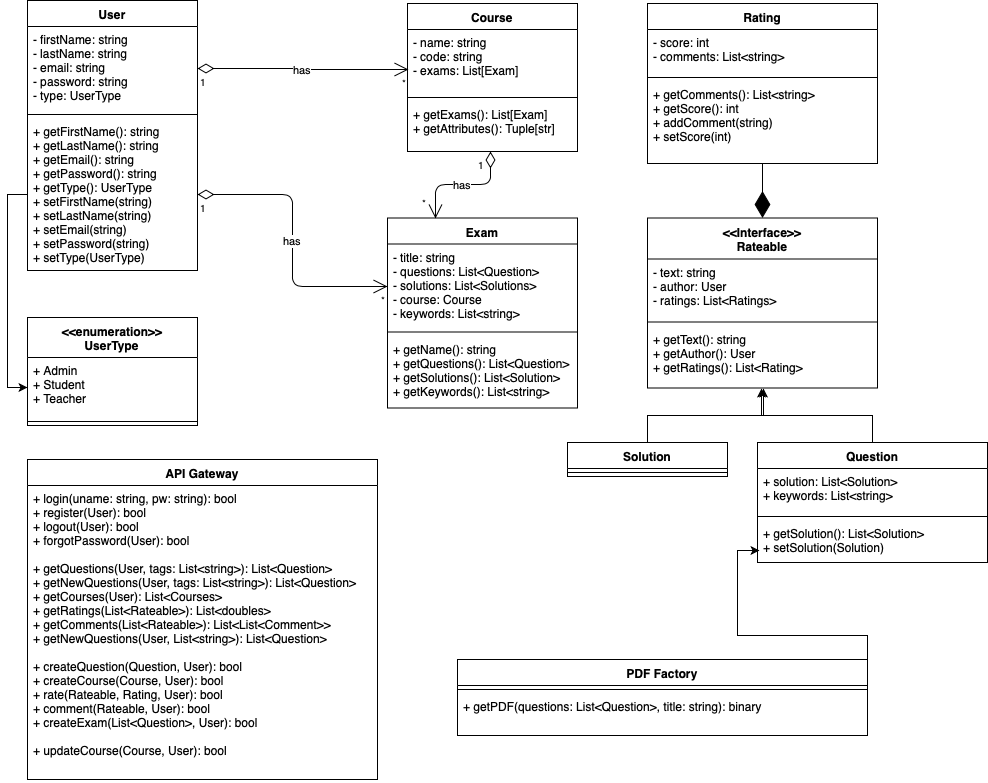
Above: docs/diagrams/easy-exam-class-diagram.png in utec-cs2901-2019-2/easy-exam-grupo-iii (draw.io), before the change. Source tidied: cells renumbered, new cells last; positions are measured from the earlier drawing's top-left corner, leaving out a move shared by most shapes.
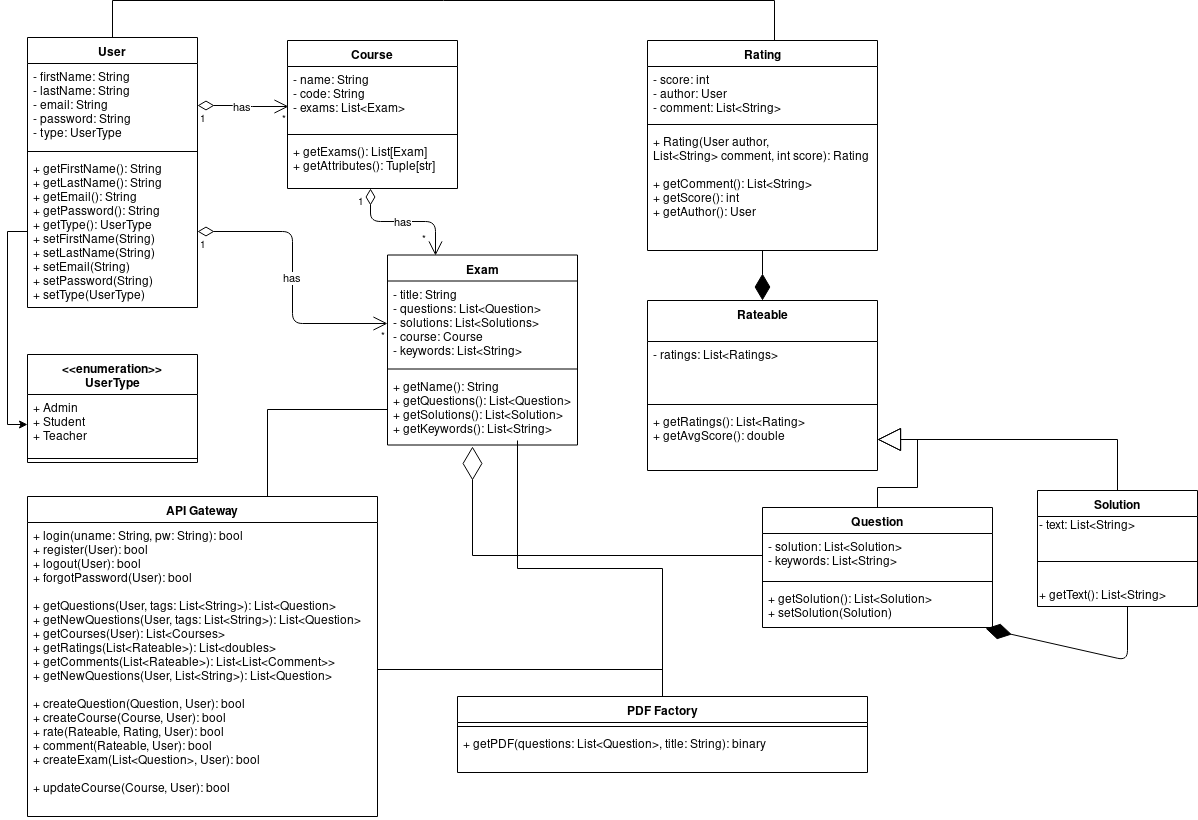
Above is the later version.

The edit, as a diff of the source:
```diff
@@ -3,9 +3,9 @@
     <mxCell id="0" />
     <mxCell id="1" parent="0" />
     <mxCell id="2" value="Course" style="swimlane;fontStyle=1;align=center;verticalAlign=top;horizontal=1;startSize=26;" parent="1" vertex="1">
-      <mxGeometry x="380" y="3" width="170" height="148" as="geometry" />
+      <mxGeometry x="260" y="3" width="170" height="148" as="geometry" />
     </mxCell>
-    <mxCell id="3" value="- name: string&#10;- code: string&#10;- exams: List[Exam]" style="text;strokeColor=none;fillColor=none;align=left;verticalAlign=top;spacingLeft=4;spacingRight=4;overflow=hidden;points=[[0,0.5],[1,0.5]];portConstraint=eastwest;" parent="2" vertex="1">
+    <mxCell id="3" value="- name: String&#10;- code: String&#10;- exams: List&lt;Exam&gt;" style="text;strokeColor=none;fillColor=none;align=left;verticalAlign=top;spacingLeft=4;spacingRight=4;overflow=hidden;points=[[0,0.5],[1,0.5]];portConstraint=eastwest;" parent="2" vertex="1">
       <mxGeometry y="26" width="170" height="64" as="geometry" />
     </mxCell>
     <mxCell id="4" style="line;strokeWidth=1;fillColor=none;align=left;verticalAlign=middle;spacingTop=-1;spacingLeft=3;spacingRight=3;labelPosition=right;" parent="2" vertex="1">
@@ -17,22 +17,22 @@
     <mxCell id="6" value="Exam" style="swimlane;fontStyle=1;align=center;verticalAlign=top;horizontal=1;startSize=26;" parent="1" vertex="1">
       <mxGeometry x="360" y="217.5" width="190" height="190" as="geometry" />
     </mxCell>
-    <mxCell id="7" value="- title: string&#10;- questions: List&lt;Question&gt;&#10;- solutions: List&lt;Solutions&gt;&#10;- course: Course&#10;- keywords: List&lt;string&gt;&#10;" style="text;strokeColor=none;fillColor=none;align=left;verticalAlign=top;spacingLeft=4;spacingRight=4;overflow=hidden;points=[[0,0.5],[1,0.5]];portConstraint=eastwest;" parent="6" vertex="1">
+    <mxCell id="7" value="- title: String&#10;- questions: List&lt;Question&gt;&#10;- solutions: List&lt;Solutions&gt;&#10;- course: Course&#10;- keywords: List&lt;String&gt;&#10;" style="text;strokeColor=none;fillColor=none;align=left;verticalAlign=top;spacingLeft=4;spacingRight=4;overflow=hidden;points=[[0,0.5],[1,0.5]];portConstraint=eastwest;" parent="6" vertex="1">
       <mxGeometry y="26" width="190" height="84" as="geometry" />
     </mxCell>
     <mxCell id="8" style="line;strokeWidth=1;fillColor=none;align=left;verticalAlign=middle;spacingTop=-1;spacingLeft=3;spacingRight=3;labelPosition=right;" parent="6" vertex="1">
       <mxGeometry y="110" width="190" height="8" as="geometry" />
     </mxCell>
-    <mxCell id="9" value="+ getName(): string&#10;+ getQuestions(): List&lt;Question&gt;&#10;+ getSolutions(): List&lt;Solution&gt;&#10;+ getKeywords(): List&lt;string&gt;" style="text;strokeColor=none;fillColor=none;align=left;verticalAlign=top;spacingLeft=4;spacingRight=4;overflow=hidden;points=[[0,0.5],[1,0.5]];portConstraint=eastwest;" parent="6" vertex="1">
+    <mxCell id="9" value="+ getName(): String&#10;+ getQuestions(): List&lt;Question&gt;&#10;+ getSolutions(): List&lt;Solution&gt;&#10;+ getKeywords(): List&lt;String&gt;" style="text;strokeColor=none;fillColor=none;align=left;verticalAlign=top;spacingLeft=4;spacingRight=4;overflow=hidden;points=[[0,0.5],[1,0.5]];portConstraint=eastwest;" parent="6" vertex="1">
       <mxGeometry y="118" width="190" height="72" as="geometry" />
     </mxCell>
-    <mxCell id="10" style="edgeStyle=orthogonalEdgeStyle;rounded=0;jettySize=auto;html=1;exitX=0.5;exitY=0;exitDx=0;exitDy=0;entryX=0.496;entryY=1.008;entryDx=0;entryDy=0;entryPerimeter=0;" parent="1" edge="1" source="11" target="31">
+    <mxCell id="10" style="edgeStyle=orthogonalEdgeStyle;rounded=0;jettySize=auto;html=1;entryX=1;entryY=0.5;entryDx=0;entryDy=0;endArrow=block;endFill=0;exitX=0.5;exitY=0;exitDx=0;exitDy=0;endSize=21;" parent="1" edge="1" source="11" target="31">
       <mxGeometry relative="1" as="geometry" />
     </mxCell>
     <mxCell id="11" value="Question" style="swimlane;fontStyle=1;align=center;verticalAlign=top;horizontal=1;startSize=26;" parent="1" vertex="1">
-      <mxGeometry x="730" y="442" width="230" height="120" as="geometry" />
+      <mxGeometry x="735" y="470" width="230" height="120" as="geometry" />
     </mxCell>
-    <mxCell id="12" value="+ solution: List&lt;Solution&gt;&#10;+ keywords: List&lt;string&gt;" style="text;strokeColor=none;fillColor=none;align=left;verticalAlign=top;spacingLeft=4;spacingRight=4;overflow=hidden;points=[[0,0.5],[1,0.5]];portConstraint=eastwest;" parent="11" vertex="1">
+    <mxCell id="12" value="- solution: List&lt;Solution&gt;&#10;- keywords: List&lt;String&gt;" style="text;strokeColor=none;fillColor=none;align=left;verticalAlign=top;spacingLeft=4;spacingRight=4;overflow=hidden;points=[[0,0.5],[1,0.5]];portConstraint=eastwest;" parent="11" vertex="1">
       <mxGeometry y="26" width="230" height="44" as="geometry" />
     </mxCell>
     <mxCell id="13" style="line;strokeWidth=1;fillColor=none;align=left;verticalAlign=middle;spacingTop=-1;spacingLeft=3;spacingRight=3;labelPosition=right;" parent="11" vertex="1">
@@ -41,57 +41,73 @@
     <mxCell id="14" value="+ getSolution(): List&lt;Solution&gt;&#10;+ setSolution(Solution)" style="text;strokeColor=none;fillColor=none;align=left;verticalAlign=top;spacingLeft=4;spacingRight=4;overflow=hidden;points=[[0,0.5],[1,0.5]];portConstraint=eastwest;" parent="11" vertex="1">
       <mxGeometry y="78" width="230" height="42" as="geometry" />
     </mxCell>
+    <mxCell id="50" style="edgeStyle=orthogonalEdgeStyle;rounded=0;jettySize=auto;html=1;entryX=0;entryY=0.5;entryDx=0;entryDy=0;startSize=28;endArrow=none;endFill=0;endSize=21;strokeWidth=1;" parent="1" edge="1" source="15" target="9">
+      <mxGeometry relative="1" as="geometry">
+        <Array as="points">
+          <mxPoint x="240" y="372" />
+        </Array>
+      </mxGeometry>
+    </mxCell>
     <mxCell id="15" value="API Gateway" style="swimlane;fontStyle=1;align=center;verticalAlign=top;horizontal=1;startSize=26;" parent="1" vertex="1">
       <mxGeometry y="459" width="350" height="320" as="geometry" />
     </mxCell>
-    <mxCell id="16" value="+ login(uname: string, pw: string): bool&#10;+ register(User): bool&#10;+ logout(User): bool&#10;+ forgotPassword(User): bool &#10;&#10;+ getQuestions(User, tags: List&lt;string&gt;): List&lt;Question&gt;&#10;+ getNewQuestions(User, tags: List&lt;string&gt;): List&lt;Question&gt;&#10;+ getCourses(User): List&lt;Courses&gt;&#10;+ getRatings(List&lt;Rateable&gt;): List&lt;doubles&gt;&#10;+ getComments(List&lt;Rateable&gt;): List&lt;List&lt;Comment&gt;&gt;&#10;+ getNewQuestions(User, List&lt;string&gt;): List&lt;Question&gt;&#10;&#10;+ createQuestion(Question, User): bool&#10;+ createCourse(Course, User): bool&#10;+ rate(Rateable, Rating, User): bool&#10;+ comment(Rateable, User): bool&#10;+ createExam(List&lt;Question&gt;, User): bool&#10;&#10;+ updateCourse(Course, User): bool" style="text;strokeColor=none;fillColor=none;align=left;verticalAlign=top;spacingLeft=4;spacingRight=4;overflow=hidden;points=[[0,0.5],[1,0.5]];portConstraint=eastwest;" parent="15" vertex="1">
+    <mxCell id="16" value="+ login(uname: String, pw: String): bool&#10;+ register(User): bool&#10;+ logout(User): bool&#10;+ forgotPassword(User): bool &#10;&#10;+ getQuestions(User, tags: List&lt;String&gt;): List&lt;Question&gt;&#10;+ getNewQuestions(User, tags: List&lt;String&gt;): List&lt;Question&gt;&#10;+ getCourses(User): List&lt;Courses&gt;&#10;+ getRatings(List&lt;Rateable&gt;): List&lt;doubles&gt;&#10;+ getComments(List&lt;Rateable&gt;): List&lt;List&lt;Comment&gt;&gt;&#10;+ getNewQuestions(User, List&lt;String&gt;): List&lt;Question&gt;&#10;&#10;+ createQuestion(Question, User): bool&#10;+ createCourse(Course, User): bool&#10;+ rate(Rateable, Rating, User): bool&#10;+ comment(Rateable, User): bool&#10;+ createExam(List&lt;Question&gt;, User): bool&#10;&#10;+ updateCourse(Course, User): bool" style="text;strokeColor=none;fillColor=none;align=left;verticalAlign=top;spacingLeft=4;spacingRight=4;overflow=hidden;points=[[0,0.5],[1,0.5]];portConstraint=eastwest;" parent="15" vertex="1">
       <mxGeometry y="26" width="350" height="294" as="geometry" />
     </mxCell>
+    <mxCell id="51" style="edgeStyle=orthogonalEdgeStyle;rounded=0;jettySize=auto;html=1;entryX=0.552;entryY=0;entryDx=0;entryDy=0;entryPerimeter=0;startSize=28;endArrow=none;endFill=0;endSize=21;strokeWidth=1;" parent="1" edge="1" source="17" target="24">
+      <mxGeometry relative="1" as="geometry">
+        <Array as="points">
+          <mxPoint x="85" y="-37" />
+          <mxPoint x="747" y="-37" />
+        </Array>
+      </mxGeometry>
+    </mxCell>
     <mxCell id="17" value="User" style="swimlane;fontStyle=1;align=center;verticalAlign=top;horizontal=1;startSize=26;" parent="1" vertex="1">
       <mxGeometry width="170" height="270" as="geometry" />
     </mxCell>
-    <mxCell id="18" value="- firstName: string&#10;- lastName: string&#10;- email: string&#10;- password: string&#10;- type: UserType" style="text;strokeColor=none;fillColor=none;align=left;verticalAlign=top;spacingLeft=4;spacingRight=4;overflow=hidden;points=[[0,0.5],[1,0.5]];portConstraint=eastwest;" parent="17" vertex="1">
+    <mxCell id="18" value="- firstName: String&#10;- lastName: String&#10;- email: String&#10;- password: String&#10;- type: UserType" style="text;strokeColor=none;fillColor=none;align=left;verticalAlign=top;spacingLeft=4;spacingRight=4;overflow=hidden;points=[[0,0.5],[1,0.5]];portConstraint=eastwest;" parent="17" vertex="1">
       <mxGeometry y="26" width="170" height="84" as="geometry" />
     </mxCell>
     <mxCell id="19" style="line;strokeWidth=1;fillColor=none;align=left;verticalAlign=middle;spacingTop=-1;spacingLeft=3;spacingRight=3;labelPosition=right;" parent="17" vertex="1">
       <mxGeometry y="110" width="170" height="8" as="geometry" />
     </mxCell>
-    <mxCell id="20" value="+ getFirstName(): string&#10;+ getLastName(): string&#10;+ getEmail(): string&#10;+ getPassword(): string &#10;+ getType(): UserType&#10;+ setFirstName(string)&#10;+ setLastName(string)&#10;+ setEmail(string)&#10;+ setPassword(string)&#10;+ setType(UserType)" style="text;strokeColor=none;fillColor=none;align=left;verticalAlign=top;spacingLeft=4;spacingRight=4;overflow=hidden;points=[[0,0.5],[1,0.5]];portConstraint=eastwest;" parent="17" vertex="1">
+    <mxCell id="20" value="+ getFirstName(): String&#10;+ getLastName(): String&#10;+ getEmail(): String&#10;+ getPassword(): String &#10;+ getType(): UserType&#10;+ setFirstName(String)&#10;+ setLastName(String)&#10;+ setEmail(String)&#10;+ setPassword(String)&#10;+ setType(UserType)" style="text;strokeColor=none;fillColor=none;align=left;verticalAlign=top;spacingLeft=4;spacingRight=4;overflow=hidden;points=[[0,0.5],[1,0.5]];portConstraint=eastwest;" parent="17" vertex="1">
       <mxGeometry y="118" width="170" height="152" as="geometry" />
     </mxCell>
-    <mxCell id="21" style="edgeStyle=orthogonalEdgeStyle;rounded=0;jettySize=auto;html=1;exitX=0.5;exitY=0;exitDx=0;exitDy=0;" parent="1" edge="1" source="22">
-      <mxGeometry relative="1" as="geometry">
-        <mxPoint x="736" y="388" as="targetPoint" />
-      </mxGeometry>
-    </mxCell>
     <mxCell id="22" value="Solution" style="swimlane;fontStyle=1;align=center;verticalAlign=top;horizontal=1;startSize=26;" parent="1" vertex="1">
-      <mxGeometry x="540" y="442" width="160" height="34" as="geometry" />
+      <mxGeometry x="1010" y="453" width="160" height="116" as="geometry" />
     </mxCell>
+    <mxCell id="52" value="- text: List&amp;lt;String&amp;gt;" style="text;html=1;align=left;verticalAlign=top;spacingTop=-4;" parent="22" vertex="1">
+      <mxGeometry y="26" width="160" height="20" as="geometry" />
+    </mxCell>
     <mxCell id="23" style="line;strokeWidth=1;fillColor=none;align=left;verticalAlign=middle;spacingTop=-1;spacingLeft=3;spacingRight=3;labelPosition=right;" parent="22" vertex="1">
-      <mxGeometry y="26" width="160" height="8" as="geometry" />
+      <mxGeometry y="46" width="160" height="50" as="geometry" />
     </mxCell>
+    <mxCell id="53" value="+ getText(): List&amp;lt;String&amp;gt;" style="text;html=1;align=left;verticalAlign=top;spacingTop=-4;" parent="22" vertex="1">
+      <mxGeometry y="96" width="160" height="20" as="geometry" />
+    </mxCell>
     <mxCell id="24" value="Rating" style="swimlane;fontStyle=1;align=center;verticalAlign=top;horizontal=1;startSize=26;" parent="1" vertex="1">
-      <mxGeometry x="620" y="3" width="230" height="160" as="geometry" />
+      <mxGeometry x="620" y="3" width="230" height="210" as="geometry" />
     </mxCell>
-    <mxCell id="25" value="- score: int&#10;- comments: List&lt;string&gt;" style="text;strokeColor=none;fillColor=none;align=left;verticalAlign=top;spacingLeft=4;spacingRight=4;overflow=hidden;" parent="24" vertex="1">
-      <mxGeometry y="26" width="230" height="44" as="geometry" />
+    <mxCell id="25" value="- score: int&#10;- author: User&#10;- comment: List&lt;String&gt;&#10;" style="text;strokeColor=none;fillColor=none;align=left;verticalAlign=top;spacingLeft=4;spacingRight=4;overflow=hidden;" parent="24" vertex="1">
+      <mxGeometry y="26" width="230" height="54" as="geometry" />
     </mxCell>
     <mxCell id="26" style="line;strokeWidth=1;fillColor=none;align=left;verticalAlign=middle;spacingTop=-1;spacingLeft=3;spacingRight=3;labelPosition=right;" parent="24" vertex="1">
-      <mxGeometry y="70" width="230" height="8" as="geometry" />
+      <mxGeometry y="80" width="230" height="8" as="geometry" />
     </mxCell>
-    <mxCell id="27" value="+ getComments(): List&lt;string&gt;&#10;+ getScore(): int&#10;+ addComment(string)&#10;+ setScore(int)" style="text;strokeColor=none;fillColor=none;align=left;verticalAlign=top;spacingLeft=4;spacingRight=4;overflow=hidden;points=[[0,0.5],[1,0.5]];portConstraint=eastwest;" parent="24" vertex="1">
-      <mxGeometry y="78" width="230" height="82" as="geometry" />
+    <mxCell id="27" value="+ Rating(User author, &#10;List&lt;String&gt; comment, int score): Rating&#10;&#10;+ getComment(): List&lt;String&gt;&#10;+ getScore(): int&#10;+ getAuthor(): User&#10;" style="text;strokeColor=none;fillColor=none;align=left;verticalAlign=top;spacingLeft=4;spacingRight=4;overflow=hidden;points=[[0,0.5],[1,0.5]];portConstraint=eastwest;" parent="24" vertex="1">
+      <mxGeometry y="88" width="230" height="122" as="geometry" />
     </mxCell>
-    <mxCell id="28" value="&lt;&lt;Interface&gt;&gt;&#10;Rateable" style="swimlane;fontStyle=1;align=center;verticalAlign=top;horizontal=1;startSize=41;" parent="1" vertex="1">
-      <mxGeometry x="620" y="217.5" width="230" height="170" as="geometry" />
+    <mxCell id="28" value="Rateable" style="swimlane;fontStyle=1;align=center;verticalAlign=top;horizontal=1;startSize=41;" parent="1" vertex="1">
+      <mxGeometry x="620" y="263" width="230" height="170" as="geometry" />
     </mxCell>
-    <mxCell id="29" value="- text: string&#10;- author: User&#10;- ratings: List&lt;Ratings&gt;&#10;" style="text;strokeColor=none;fillColor=none;align=left;verticalAlign=top;spacingLeft=4;spacingRight=4;overflow=hidden;" parent="28" vertex="1">
+    <mxCell id="29" value="- ratings: List&lt;Ratings&gt;&#10;" style="text;strokeColor=none;fillColor=none;align=left;verticalAlign=top;spacingLeft=4;spacingRight=4;overflow=hidden;" parent="28" vertex="1">
       <mxGeometry y="41" width="230" height="59" as="geometry" />
     </mxCell>
     <mxCell id="30" style="line;strokeWidth=1;fillColor=none;align=left;verticalAlign=middle;spacingTop=-1;spacingLeft=3;spacingRight=3;labelPosition=right;" parent="28" vertex="1">
       <mxGeometry y="100" width="230" height="8" as="geometry" />
     </mxCell>
-    <mxCell id="31" value="+ getText(): string&#10;+ getAuthor(): User&#10;+ getRatings(): List&lt;Rating&gt;" style="text;strokeColor=none;fillColor=none;align=left;verticalAlign=top;spacingLeft=4;spacingRight=4;overflow=hidden;points=[[0,0.5],[1,0.5]];portConstraint=eastwest;" parent="28" vertex="1">
+    <mxCell id="31" value="+ getRatings(): List&lt;Rating&gt;&#10;+ getAvgScore(): double&#10;" style="text;strokeColor=none;fillColor=none;align=left;verticalAlign=top;spacingLeft=4;spacingRight=4;overflow=hidden;points=[[0,0.5],[1,0.5]];portConstraint=eastwest;" parent="28" vertex="1">
       <mxGeometry y="108" width="230" height="62" as="geometry" />
     </mxCell>
     <mxCell id="32" value="&lt;&lt;enumeration&gt;&gt;&#10;UserType" style="swimlane;fontStyle=1;align=center;verticalAlign=top;horizontal=1;startSize=40;" parent="1" vertex="1">
@@ -103,13 +119,18 @@
     <mxCell id="34" style="line;strokeWidth=1;fillColor=none;align=left;verticalAlign=middle;spacingTop=-1;spacingLeft=3;spacingRight=3;labelPosition=right;" parent="32" vertex="1">
       <mxGeometry y="100" width="170" height="8" as="geometry" />
     </mxCell>
+    <mxCell id="54" style="edgeStyle=orthogonalEdgeStyle;rounded=0;jettySize=auto;html=1;startSize=28;endArrow=none;endFill=0;endSize=21;strokeWidth=1;" parent="1" edge="1" source="35">
+      <mxGeometry relative="1" as="geometry">
+        <mxPoint x="490" y="403" as="targetPoint" />
+      </mxGeometry>
+    </mxCell>
     <mxCell id="35" value="PDF Factory" style="swimlane;fontStyle=1;align=center;verticalAlign=top;horizontal=1;startSize=26;" parent="1" vertex="1">
       <mxGeometry x="430" y="659" width="410" height="76" as="geometry" />
     </mxCell>
     <mxCell id="36" style="line;strokeWidth=1;fillColor=none;align=left;verticalAlign=middle;spacingTop=-1;spacingLeft=3;spacingRight=3;labelPosition=right;" parent="35" vertex="1">
       <mxGeometry y="26" width="410" height="8" as="geometry" />
     </mxCell>
-    <mxCell id="37" value="+ getPDF(questions: List&lt;Question&gt;, title: string): binary" style="text;strokeColor=none;fillColor=none;align=left;verticalAlign=top;spacingLeft=4;spacingRight=4;overflow=hidden;" parent="35" vertex="1">
+    <mxCell id="37" value="+ getPDF(questions: List&lt;Question&gt;, title: String): binary" style="text;strokeColor=none;fillColor=none;align=left;verticalAlign=top;spacingLeft=4;spacingRight=4;overflow=hidden;" parent="35" vertex="1">
       <mxGeometry y="34" width="410" height="42" as="geometry" />
     </mxCell>
     <mxCell id="38" style="endArrow=diamondThin;endFill=1;endSize=24;html=1;entryX=0.5;entryY=0;entryDx=0;entryDy=0;" parent="1" edge="1" source="27" target="28">
@@ -149,10 +170,26 @@
         <mxPoint x="-7" y="-29" as="offset" />
       </mxGeometry>
     </mxCell>
-    <mxCell id="49" style="edgeStyle=orthogonalEdgeStyle;rounded=0;jettySize=auto;html=1;exitX=1;exitY=0.5;exitDx=0;exitDy=0;entryX=0.009;entryY=0.714;entryDx=0;entryDy=0;entryPerimeter=0;" parent="1" edge="1" target="14">
-      <mxGeometry relative="1" as="geometry">
-        <mxPoint x="840" y="707" as="sourcePoint" />
-      </mxGeometry>
-    </mxCell>
+    <mxCell id="55" style="edgeStyle=orthogonalEdgeStyle;rounded=0;jettySize=auto;html=1;endArrow=block;endFill=0;entryX=1;entryY=0.5;entryDx=0;entryDy=0;exitX=0.5;exitY=0;exitDx=0;exitDy=0;endSize=21;" parent="1" edge="1" source="22" target="31">
+      <mxGeometry relative="1" as="geometry" />
+    </mxCell>
+    <mxCell id="56" style="endArrow=diamondThin;endFill=1;endSize=24;html=1;entryX=0.97;entryY=1.024;entryDx=0;entryDy=0;entryPerimeter=0;" parent="1" edge="1" target="14">
+      <mxGeometry relative="1" as="geometry">
+        <mxPoint x="1100" y="569" as="sourcePoint" />
+        <Array as="points">
+          <mxPoint x="1100" y="623" />
+        </Array>
+      </mxGeometry>
+    </mxCell>
+    <mxCell id="57" style="edgeStyle=orthogonalEdgeStyle;rounded=0;jettySize=auto;html=1;entryX=0.447;entryY=1.021;entryDx=0;entryDy=0;entryPerimeter=0;endArrow=diamondThin;endFill=0;strokeWidth=1;endSize=31;startSize=28;" parent="1" edge="1" source="12" target="9">
+      <mxGeometry relative="1" as="geometry">
+        <Array as="points">
+          <mxPoint x="445" y="518" />
+        </Array>
+      </mxGeometry>
+    </mxCell>
+    <mxCell id="58" style="edgeStyle=orthogonalEdgeStyle;rounded=0;jettySize=auto;html=1;entryX=0.5;entryY=0;entryDx=0;entryDy=0;startSize=28;endArrow=none;endFill=0;endSize=21;strokeWidth=1;" parent="1" edge="1" source="16" target="35">
+      <mxGeometry relative="1" as="geometry" />
+    </mxCell>
   </root>
 </mxGraphModel>
```
